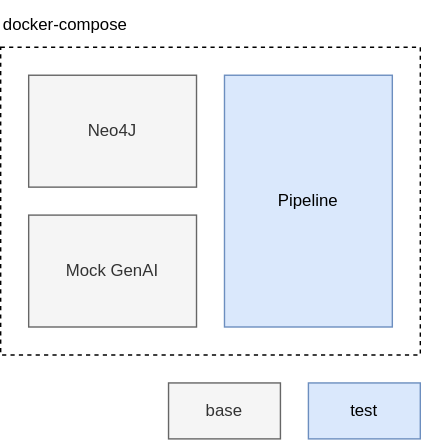
The draw.io diagram docs/src/assets/img/docker-compose.drawio.svg in everycure-org/matrix, before a commit. Source tidied: cells renumbered, new cells last; positions are measured from the earlier drawing's top-left corner, leaving out a move shared by most shapes. Its diagram source:
```xml
<mxGraphModel background="#ffffff">
  <root>
    <mxCell id="0" />
    <mxCell id="1" parent="0" />
    <mxCell id="2" style="rounded=0;whiteSpace=wrap;html=1;dashed=1;spacingTop=0;spacingLeft=0;" parent="1" vertex="1">
      <mxGeometry y="33" width="300" height="220" as="geometry" />
    </mxCell>
    <mxCell id="3" value="Neo4J" style="rounded=0;whiteSpace=wrap;html=1;fillColor=#f5f5f5;strokeColor=#666666;fontColor=#333333;" parent="1" vertex="1">
      <mxGeometry x="20" y="53" width="120" height="80" as="geometry" />
    </mxCell>
    <mxCell id="4" value="Mock GenAI" style="rounded=0;whiteSpace=wrap;html=1;fillColor=#f5f5f5;strokeColor=#666666;fontColor=#333333;" parent="1" vertex="1">
      <mxGeometry x="20" y="153" width="120" height="80" as="geometry" />
    </mxCell>
    <mxCell id="5" value="Pipeline" style="rounded=0;whiteSpace=wrap;html=1;fillColor=#dae8fc;strokeColor=#6c8ebf;" parent="1" vertex="1">
      <mxGeometry x="160" y="53" width="120" height="180" as="geometry" />
    </mxCell>
    <mxCell id="6" value="docker-compose" style="text;html=1;align=left;verticalAlign=middle;whiteSpace=wrap;rounded=0;spacingLeft=0;" parent="1" vertex="1">
      <mxGeometry width="108" height="33" as="geometry" />
    </mxCell>
    <mxCell id="7" value="test" style="rounded=0;whiteSpace=wrap;html=1;fillColor=#dae8fc;strokeColor=#6c8ebf;" parent="1" vertex="1">
      <mxGeometry x="220" y="273" width="80" height="40" as="geometry" />
    </mxCell>
    <mxCell id="8" value="base" style="rounded=0;whiteSpace=wrap;html=1;fillColor=#f5f5f5;strokeColor=#666666;fontColor=#333333;" parent="1" vertex="1">
      <mxGeometry x="120" y="273" width="80" height="40" as="geometry" />
    </mxCell>
  </root>
</mxGraphModel>
```
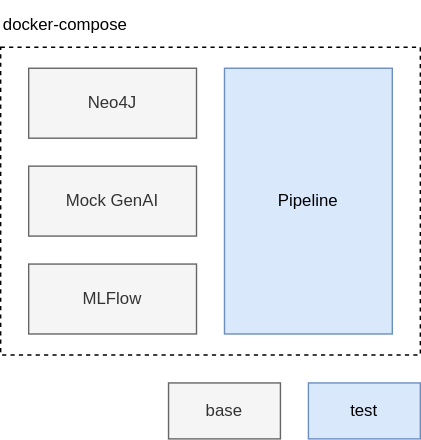
Later version of the same file.

The edit, as a diff of the source:
```diff
@@ -6,13 +6,13 @@
       <mxGeometry y="33" width="300" height="220" as="geometry" />
     </mxCell>
     <mxCell id="3" value="Neo4J" style="rounded=0;whiteSpace=wrap;html=1;fillColor=#f5f5f5;strokeColor=#666666;fontColor=#333333;" parent="1" vertex="1">
-      <mxGeometry x="20" y="53" width="120" height="80" as="geometry" />
+      <mxGeometry x="20" y="48" width="120" height="50" as="geometry" />
     </mxCell>
     <mxCell id="4" value="Mock GenAI" style="rounded=0;whiteSpace=wrap;html=1;fillColor=#f5f5f5;strokeColor=#666666;fontColor=#333333;" parent="1" vertex="1">
-      <mxGeometry x="20" y="153" width="120" height="80" as="geometry" />
+      <mxGeometry x="20" y="118" width="120" height="50" as="geometry" />
     </mxCell>
     <mxCell id="5" value="Pipeline" style="rounded=0;whiteSpace=wrap;html=1;fillColor=#dae8fc;strokeColor=#6c8ebf;" parent="1" vertex="1">
-      <mxGeometry x="160" y="53" width="120" height="180" as="geometry" />
+      <mxGeometry x="160" y="48" width="120" height="190" as="geometry" />
     </mxCell>
     <mxCell id="6" value="docker-compose" style="text;html=1;align=left;verticalAlign=middle;whiteSpace=wrap;rounded=0;spacingLeft=0;" parent="1" vertex="1">
       <mxGeometry width="108" height="33" as="geometry" />
@@ -23,5 +23,8 @@
     <mxCell id="8" value="base" style="rounded=0;whiteSpace=wrap;html=1;fillColor=#f5f5f5;strokeColor=#666666;fontColor=#333333;" parent="1" vertex="1">
       <mxGeometry x="120" y="273" width="80" height="40" as="geometry" />
     </mxCell>
+    <mxCell id="9" value="MLFlow" style="rounded=0;whiteSpace=wrap;html=1;fillColor=#f5f5f5;strokeColor=#666666;fontColor=#333333;" parent="1" vertex="1">
+      <mxGeometry x="20" y="188" width="120" height="50" as="geometry" />
+    </mxCell>
   </root>
 </mxGraphModel>
```
